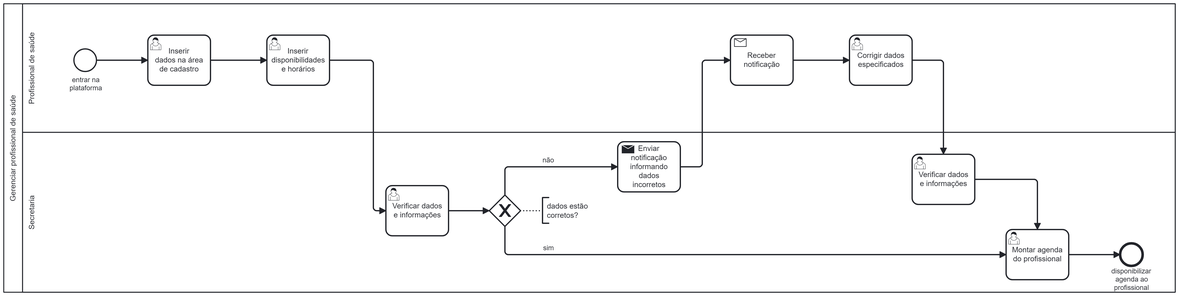
Earlier version of the BPMN export docs/images/processo_1_gerenciar_medico.png (bragap/healthassist-faculdade-2p). Its source is kept beside it as assets/processes/processo_1_gerenciar_medico.bpmn. Ids are renumbered.
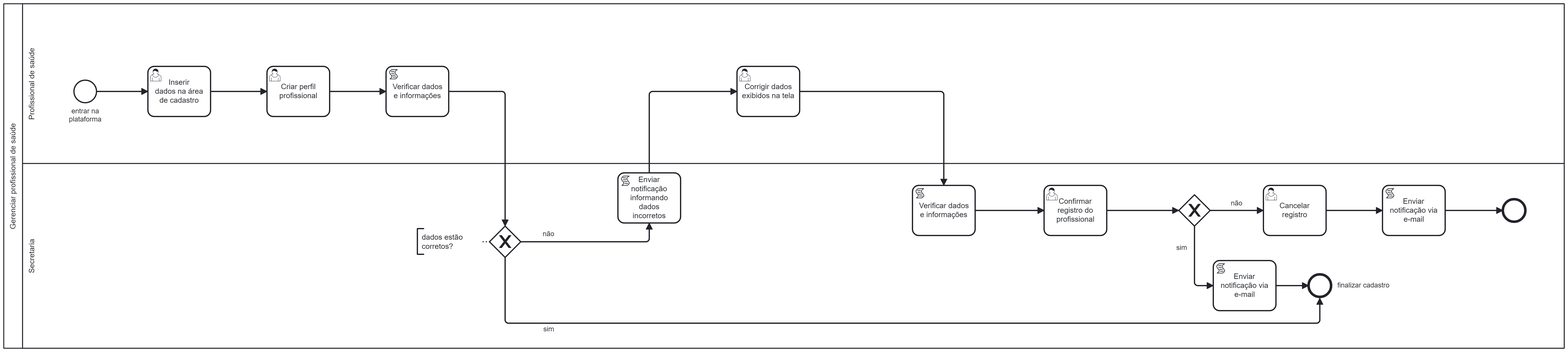
The same diagram one commit later.

Commit message:
docs: atualizando processo de gerenciar medico pós correções #37

Diff of the diagram source:
```diff
@@ -1,23 +1,27 @@
-<bpmn:definitions xmlns:bpmn="http://www.omg.org/spec/BPMN/20100524/MODEL" xmlns:bpmndi="http://www.omg.org/spec/BPMN/20100524/DI" xmlns:dc="http://www.omg.org/spec/DD/20100524/DC" xmlns:xsi="http://www.w3.org/2001/XMLSchema-instance" xmlns:di="http://www.omg.org/spec/DD/20100524/DI" xmlns:modeler="http://camunda.org/schema/modeler/1.0" xmlns:zeebe="http://camunda.org/schema/zeebe/1.0" xmlns:camunda="http://camunda.org/schema/1.0/bpmn" id="Definitions_1" targetNamespace="http://bpmn.io/schema/bpmn" exporter="Camunda Web Modeler" exporterVersion="ff4ec9c" modeler:executionPlatform="Camunda Cloud" modeler:executionPlatformVersion="8.2.0" camunda:diagramRelationId="334336dd-f888-48b8-91fb-1b072efce91e">
+<bpmn:definitions xmlns:bpmn="http://www.omg.org/spec/BPMN/20100524/MODEL" xmlns:bpmndi="http://www.omg.org/spec/BPMN/20100524/DI" xmlns:dc="http://www.omg.org/spec/DD/20100524/DC" xmlns:xsi="http://www.w3.org/2001/XMLSchema-instance" xmlns:di="http://www.omg.org/spec/DD/20100524/DI" xmlns:modeler="http://camunda.org/schema/modeler/1.0" xmlns:zeebe="http://camunda.org/schema/zeebe/1.0" xmlns:camunda="http://camunda.org/schema/1.0/bpmn" id="Definitions_1" targetNamespace="http://bpmn.io/schema/bpmn" exporter="Camunda Web Modeler" exporterVersion="5806939" modeler:executionPlatform="Camunda Cloud" modeler:executionPlatformVersion="8.2.0" camunda:diagramRelationId="334336dd-f888-48b8-91fb-1b072efce91e">
   <bpmn:collaboration id="Collaboration_n1">
     <bpmn:participant id="Participant_n2" name="Gerenciar profissional de saúde" processRef="Process_n3" />
   </bpmn:collaboration>
   <bpmn:process id="Process_n3" isExecutable="true">
     <bpmn:laneSet id="LaneSet_n4">
       <bpmn:lane id="Lane_n5" name="Profissional de saúde">
+        <bpmn:flowNodeRef>StartEvent_1</bpmn:flowNodeRef>
         <bpmn:flowNodeRef>Activity_n6</bpmn:flowNodeRef>
         <bpmn:flowNodeRef>Activity_n7</bpmn:flowNodeRef>
+        <bpmn:flowNodeRef>Activity_n14</bpmn:flowNodeRef>
         <bpmn:flowNodeRef>Activity_n8</bpmn:flowNodeRef>
-        <bpmn:flowNodeRef>Activity_n9</bpmn:flowNodeRef>
-        <bpmn:flowNodeRef>StartEvent_1</bpmn:flowNodeRef>
       </bpmn:lane>
       <bpmn:lane id="Lane_n10" name="Secretaria">
+        <bpmn:flowNodeRef>Gateway_n15</bpmn:flowNodeRef>
+        <bpmn:flowNodeRef>Activity_n13</bpmn:flowNodeRef>
         <bpmn:flowNodeRef>Activity_n11</bpmn:flowNodeRef>
-        <bpmn:flowNodeRef>Activity_n12</bpmn:flowNodeRef>
-        <bpmn:flowNodeRef>Activity_n13</bpmn:flowNodeRef>
-        <bpmn:flowNodeRef>Activity_n14</bpmn:flowNodeRef>
-        <bpmn:flowNodeRef>Gateway_n15</bpmn:flowNodeRef>
+        <bpmn:flowNodeRef>Activity_n32</bpmn:flowNodeRef>
         <bpmn:flowNodeRef>Event_n16</bpmn:flowNodeRef>
+        <bpmn:flowNodeRef>Gateway_n33</bpmn:flowNodeRef>
+        <bpmn:flowNodeRef>Activity_n34</bpmn:flowNodeRef>
+        <bpmn:flowNodeRef>Activity_n35</bpmn:flowNodeRef>
+        <bpmn:flowNodeRef>Event_n36</bpmn:flowNodeRef>
+        <bpmn:flowNodeRef>Activity_n37</bpmn:flowNodeRef>
       </bpmn:lane>
     </bpmn:laneSet>
     <bpmn:sequenceFlow id="Flow_n17" sourceRef="StartEvent_1" targetRef="Activity_n6" />
@@ -31,58 +35,94 @@
       <bpmn:incoming>Flow_n17</bpmn:incoming>
       <bpmn:outgoing>Flow_n18</bpmn:outgoing>
     </bpmn:userTask>
-    <bpmn:userTask id="Activity_n7" name="Inserir disponibilidades e horários">
+    <bpmn:userTask id="Activity_n7" name="Criar perfil profissional">
       <bpmn:incoming>Flow_n18</bpmn:incoming>
       <bpmn:outgoing>Flow_n19</bpmn:outgoing>
     </bpmn:userTask>
-    <bpmn:sequenceFlow id="Flow_n21" sourceRef="Activity_n12" targetRef="Event_n16" />
-    <bpmn:sequenceFlow id="Flow_n22" name="sim" sourceRef="Gateway_n15" targetRef="Activity_n12">
-      <bpmn:conditionExpression xsi:type="bpmn:tFormalExpression">=sim
-</bpmn:conditionExpression>
-    </bpmn:sequenceFlow>
     <bpmn:sequenceFlow id="Flow_n23" name="não" sourceRef="Gateway_n15" targetRef="Activity_n11">
       <bpmn:conditionExpression xsi:type="bpmn:tFormalExpression">=não</bpmn:conditionExpression>
     </bpmn:sequenceFlow>
-    <bpmn:sequenceFlow id="Flow_n24" sourceRef="Activity_n11" targetRef="Activity_n9" />
+    <bpmn:sequenceFlow id="Flow_n24" sourceRef="Activity_n11" targetRef="Activity_n8" />
     <bpmn:sequenceFlow id="Flow_n25" sourceRef="Activity_n8" targetRef="Activity_n13" />
-    <bpmn:sequenceFlow id="Flow_n26" sourceRef="Activity_n13" targetRef="Activity_n12" />
-    <bpmn:sendTask id="Activity_n11" name="Enviar notificação informando dados incorretos">
+    <bpmn:exclusiveGateway id="Gateway_n15" name="sim">
+      <bpmn:incoming>Flow_n20</bpmn:incoming>
+      <bpmn:outgoing>Flow_n23</bpmn:outgoing>
+      <bpmn:outgoing>Flow_n38</bpmn:outgoing>
+    </bpmn:exclusiveGateway>
+    <bpmn:scriptTask id="Activity_n14" name="Verificar dados e informações">
+      <bpmn:extensionElements>
+        <zeebe:script expression="=false" resultVariable="true" />
+      </bpmn:extensionElements>
+      <bpmn:incoming>Flow_n19</bpmn:incoming>
+      <bpmn:outgoing>Flow_n20</bpmn:outgoing>
+    </bpmn:scriptTask>
+    <bpmn:scriptTask id="Activity_n13" name="Verificar dados e informações">
+      <bpmn:extensionElements>
+        <zeebe:taskDefinition type="true" />
+      </bpmn:extensionElements>
+      <bpmn:incoming>Flow_n25</bpmn:incoming>
+      <bpmn:outgoing>Flow_n39</bpmn:outgoing>
+    </bpmn:scriptTask>
+    <bpmn:sequenceFlow id="Flow_n39" sourceRef="Activity_n13" targetRef="Activity_n32" />
+    <bpmn:sequenceFlow id="Flow_n38" sourceRef="Gateway_n15" targetRef="Event_n16">
+      <bpmn:conditionExpression xsi:type="bpmn:tFormalExpression">=true
+</bpmn:conditionExpression>
+    </bpmn:sequenceFlow>
+    <bpmn:scriptTask id="Activity_n11" name="Enviar notificação informando dados incorretos">
       <bpmn:extensionElements>
         <zeebe:taskDefinition type="notificacao" />
       </bpmn:extensionElements>
       <bpmn:incoming>Flow_n23</bpmn:incoming>
       <bpmn:outgoing>Flow_n24</bpmn:outgoing>
-    </bpmn:sendTask>
-    <bpmn:userTask id="Activity_n12" name="Montar agenda do profissional">
-      <bpmn:incoming>Flow_n22</bpmn:incoming>
-      <bpmn:incoming>Flow_n26</bpmn:incoming>
-      <bpmn:outgoing>Flow_n21</bpmn:outgoing>
-    </bpmn:userTask>
-    <bpmn:userTask id="Activity_n13" name="Verificar dados e informações">
-      <bpmn:incoming>Flow_n25</bpmn:incoming>
-      <bpmn:outgoing>Flow_n26</bpmn:outgoing>
-    </bpmn:userTask>
-    <bpmn:userTask id="Activity_n8" name="Corrigir dados especificados">
-      <bpmn:incoming>Flow_n27</bpmn:incoming>
+    </bpmn:scriptTask>
+    <bpmn:userTask id="Activity_n8" name="Corrigir dados exibidos na tela">
+      <bpmn:incoming>Flow_n24</bpmn:incoming>
       <bpmn:outgoing>Flow_n25</bpmn:outgoing>
     </bpmn:userTask>
-    <bpmn:sequenceFlow id="Flow_n27" sourceRef="Activity_n9" targetRef="Activity_n8" />
-    <bpmn:receiveTask id="Activity_n9" name="Receber notificação" messageRef="Message_n28">
-      <bpmn:incoming>Flow_n24</bpmn:incoming>
-      <bpmn:outgoing>Flow_n27</bpmn:outgoing>
-    </bpmn:receiveTask>
-    <bpmn:userTask id="Activity_n14" name="Verificar dados e informações">
-      <bpmn:incoming>Flow_n19</bpmn:incoming>
-      <bpmn:outgoing>Flow_n20</bpmn:outgoing>
+    <bpmn:userTask id="Activity_n32" name="Confirmar registro do profissional">
+      <bpmn:incoming>Flow_n39</bpmn:incoming>
+      <bpmn:outgoing>Flow_n40</bpmn:outgoing>
     </bpmn:userTask>
-    <bpmn:exclusiveGateway id="Gateway_n15">
-      <bpmn:incoming>Flow_n20</bpmn:incoming>
-      <bpmn:outgoing>Flow_n22</bpmn:outgoing>
-      <bpmn:outgoing>Flow_n23</bpmn:outgoing>
+    <bpmn:endEvent id="Event_n16" name="finalizar cadastro">
+      <bpmn:incoming>Flow_n38</bpmn:incoming>
+      <bpmn:incoming>Flow_n41</bpmn:incoming>
+    </bpmn:endEvent>
+    <bpmn:exclusiveGateway id="Gateway_n33">
+      <bpmn:incoming>Flow_n40</bpmn:incoming>
+      <bpmn:outgoing>Flow_n42</bpmn:outgoing>
+      <bpmn:outgoing>Flow_n43</bpmn:outgoing>
     </bpmn:exclusiveGateway>
-    <bpmn:endEvent id="Event_n16" name="disponibilizar agenda ao profissional">
-      <bpmn:incoming>Flow_n21</bpmn:incoming>
+    <bpmn:sequenceFlow id="Flow_n40" sourceRef="Activity_n32" targetRef="Gateway_n33" />
+    <bpmn:sequenceFlow id="Flow_n42" name="sim" sourceRef="Gateway_n33" targetRef="Activity_n37">
+      <bpmn:conditionExpression xsi:type="bpmn:tFormalExpression">=true</bpmn:conditionExpression>
+    </bpmn:sequenceFlow>
+    <bpmn:sequenceFlow id="Flow_n43" name="não" sourceRef="Gateway_n33" targetRef="Activity_n34">
+      <bpmn:conditionExpression xsi:type="bpmn:tFormalExpression">=true</bpmn:conditionExpression>
+    </bpmn:sequenceFlow>
+    <bpmn:userTask id="Activity_n34" name="Cancelar registro">
+      <bpmn:incoming>Flow_n43</bpmn:incoming>
+      <bpmn:outgoing>Flow_n44</bpmn:outgoing>
+    </bpmn:userTask>
+    <bpmn:scriptTask id="Activity_n35" name="Enviar notificação via e-mail">
+      <bpmn:extensionElements>
+        <zeebe:taskDefinition type="true" />
+      </bpmn:extensionElements>
+      <bpmn:incoming>Flow_n44</bpmn:incoming>
+      <bpmn:outgoing>Flow_n45</bpmn:outgoing>
+    </bpmn:scriptTask>
+    <bpmn:sequenceFlow id="Flow_n44" sourceRef="Activity_n34" targetRef="Activity_n35" />
+    <bpmn:endEvent id="Event_n36">
+      <bpmn:incoming>Flow_n45</bpmn:incoming>
     </bpmn:endEvent>
+    <bpmn:sequenceFlow id="Flow_n45" sourceRef="Activity_n35" targetRef="Event_n36" />
+    <bpmn:scriptTask id="Activity_n37" name="Enviar notificação via e-mail">
+      <bpmn:extensionElements>
+        <zeebe:taskDefinition type="true" />
+      </bpmn:extensionElements>
+      <bpmn:incoming>Flow_n42</bpmn:incoming>
+      <bpmn:outgoing>Flow_n41</bpmn:outgoing>
+    </bpmn:scriptTask>
+    <bpmn:sequenceFlow id="Flow_n41" sourceRef="Activity_n37" targetRef="Event_n16" />
     <bpmn:textAnnotation id="TextAnnotation_n29">
       <bpmn:text>dados estão corretos?</bpmn:text>
     </bpmn:textAnnotation>
@@ -96,15 +136,15 @@
   <bpmndi:BPMNDiagram id="BPMNDiagram_1">
     <bpmndi:BPMNPlane id="BPMNPlane_1" bpmnElement="Collaboration_n1">
       <bpmndi:BPMNShape id="Participant_n2_di" bpmnElement="Participant_n2" isHorizontal="true">
-        <dc:Bounds x="160" y="120" width="1870" height="460" />
+        <dc:Bounds x="160" y="70" width="2490" height="550" />
         <bpmndi:BPMNLabel />
       </bpmndi:BPMNShape>
       <bpmndi:BPMNShape id="Lane_n10_di" bpmnElement="Lane_n10" isHorizontal="true">
-        <dc:Bounds x="190" y="325" width="1840" height="255" />
+        <dc:Bounds x="190" y="325" width="2460" height="295" />
         <bpmndi:BPMNLabel />
       </bpmndi:BPMNShape>
       <bpmndi:BPMNShape id="Lane_n5_di" bpmnElement="Lane_n5" isHorizontal="true">
-        <dc:Bounds x="190" y="120" width="1840" height="205" />
+        <dc:Bounds x="190" y="70" width="2460" height="255" />
         <bpmndi:BPMNLabel />
       </bpmndi:BPMNShape>
       <bpmndi:BPMNShape id="_BPMNShape_StartEvent_2" bpmnElement="StartEvent_1">
@@ -121,42 +161,51 @@
         <dc:Bounds x="580" y="170" width="100" height="80" />
         <bpmndi:BPMNLabel />
       </bpmndi:BPMNShape>
-      <bpmndi:BPMNShape id="Activity_0ynzvuh_di" bpmnElement="Activity_n11">
-        <dc:Bounds x="1140" y="340" width="100" height="80" />
-      </bpmndi:BPMNShape>
-      <bpmndi:BPMNShape id="BPMNShape_n31" bpmnElement="Activity_n12">
-        <dc:Bounds x="1760" y="480" width="100" height="80" />
-        <bpmndi:BPMNLabel />
-      </bpmndi:BPMNShape>
-      <bpmndi:BPMNShape id="Activity_14auqza_di" bpmnElement="Activity_n13">
-        <dc:Bounds x="1610" y="360" width="100" height="80" />
-        <bpmndi:BPMNLabel />
-      </bpmndi:BPMNShape>
-      <bpmndi:BPMNShape id="Activity_0bcppm6_di" bpmnElement="Activity_n8">
-        <dc:Bounds x="1510" y="170" width="100" height="80" />
-        <bpmndi:BPMNLabel />
-      </bpmndi:BPMNShape>
-      <bpmndi:BPMNShape id="Activity_1rgceoy_di" bpmnElement="Activity_n9">
-        <dc:Bounds x="1320" y="170" width="100" height="80" />
-      </bpmndi:BPMNShape>
-      <bpmndi:BPMNShape id="Activity_1abc8of_di" bpmnElement="Activity_n14">
-        <dc:Bounds x="770" y="410" width="100" height="80" />
-        <bpmndi:BPMNLabel />
-      </bpmndi:BPMNShape>
       <bpmndi:BPMNShape id="Gateway_n15_di" bpmnElement="Gateway_n15" isMarkerVisible="true">
         <dc:Bounds x="935" y="425" width="50" height="50" />
         <bpmndi:BPMNLabel>
-          <dc:Bounds x="1009" y="406" width="61" height="27" />
+          <dc:Bounds x="1021" y="583" width="18" height="14" />
         </bpmndi:BPMNLabel>
       </bpmndi:BPMNShape>
+      <bpmndi:BPMNShape id="Activity_0t493nw_di" bpmnElement="Activity_n14">
+        <dc:Bounds x="770" y="170" width="100" height="80" />
+      </bpmndi:BPMNShape>
+      <bpmndi:BPMNShape id="Activity_01siszq_di" bpmnElement="Activity_n13">
+        <dc:Bounds x="1610" y="360" width="100" height="80" />
+      </bpmndi:BPMNShape>
+      <bpmndi:BPMNShape id="Activity_12xqzmd_di" bpmnElement="Activity_n11">
+        <dc:Bounds x="1140" y="340" width="100" height="80" />
+      </bpmndi:BPMNShape>
+      <bpmndi:BPMNShape id="Activity_0bcppm6_di" bpmnElement="Activity_n8">
+        <dc:Bounds x="1330" y="170" width="100" height="80" />
+        <bpmndi:BPMNLabel />
+      </bpmndi:BPMNShape>
+      <bpmndi:BPMNShape id="Activity_1mi1xid_di" bpmnElement="Activity_n32">
+        <dc:Bounds x="1820" y="360" width="100" height="80" />
+      </bpmndi:BPMNShape>
       <bpmndi:BPMNShape id="Event_n16_di" bpmnElement="Event_n16">
-        <dc:Bounds x="1942" y="502" width="36" height="36" />
+        <dc:Bounds x="2242" y="502" width="36" height="36" />
         <bpmndi:BPMNLabel>
-          <dc:Bounds x="1928" y="540" width="65" height="40" />
+          <dc:Bounds x="2288" y="513" width="83" height="14" />
         </bpmndi:BPMNLabel>
       </bpmndi:BPMNShape>
+      <bpmndi:BPMNShape id="Gateway_n33_di" bpmnElement="Gateway_n33" isMarkerVisible="true">
+        <dc:Bounds x="2035" y="375" width="50" height="50" />
+      </bpmndi:BPMNShape>
+      <bpmndi:BPMNShape id="Activity_00auzj9_di" bpmnElement="Activity_n34">
+        <dc:Bounds x="2170" y="360" width="100" height="80" />
+      </bpmndi:BPMNShape>
+      <bpmndi:BPMNShape id="Activity_1jddcjs_di" bpmnElement="Activity_n35">
+        <dc:Bounds x="2360" y="360" width="100" height="80" />
+      </bpmndi:BPMNShape>
+      <bpmndi:BPMNShape id="Event_n36_di" bpmnElement="Event_n36">
+        <dc:Bounds x="2552" y="382" width="36" height="36" />
+      </bpmndi:BPMNShape>
+      <bpmndi:BPMNShape id="BPMNShape_n46" bpmnElement="Activity_n37">
+        <dc:Bounds x="2090" y="480" width="100" height="80" />
+      </bpmndi:BPMNShape>
       <bpmndi:BPMNShape id="TextAnnotation_n29_di" bpmnElement="TextAnnotation_n29">
-        <dc:Bounds x="1020" y="429" width="100" height="41" />
+        <dc:Bounds x="820" y="429" width="100" height="41" />
         <bpmndi:BPMNLabel />
       </bpmndi:BPMNShape>
       <bpmndi:BPMNEdge id="Flow_n17_di" bpmnElement="Flow_n17">
@@ -169,57 +218,75 @@
       </bpmndi:BPMNEdge>
       <bpmndi:BPMNEdge id="Flow_n19_di" bpmnElement="Flow_n19">
         <di:waypoint x="680" y="210" />
-        <di:waypoint x="750" y="210" />
-        <di:waypoint x="750" y="450" />
-        <di:waypoint x="770" y="450" />
+        <di:waypoint x="770" y="210" />
       </bpmndi:BPMNEdge>
       <bpmndi:BPMNEdge id="Flow_n20_di" bpmnElement="Flow_n20">
-        <di:waypoint x="870" y="450" />
-        <di:waypoint x="935" y="450" />
-      </bpmndi:BPMNEdge>
-      <bpmndi:BPMNEdge id="Flow_n21_di" bpmnElement="Flow_n21">
-        <di:waypoint x="1860" y="520" />
-        <di:waypoint x="1942" y="520" />
-      </bpmndi:BPMNEdge>
-      <bpmndi:BPMNEdge id="Flow_n22_di" bpmnElement="Flow_n22">
-        <di:waypoint x="960" y="475" />
-        <di:waypoint x="960" y="520" />
-        <di:waypoint x="1760" y="520" />
-        <bpmndi:BPMNLabel>
-          <dc:Bounds x="1021" y="503" width="18" height="14" />
-        </bpmndi:BPMNLabel>
+        <di:waypoint x="870" y="210" />
+        <di:waypoint x="960" y="210" />
+        <di:waypoint x="960" y="425" />
       </bpmndi:BPMNEdge>
       <bpmndi:BPMNEdge id="Flow_n23_di" bpmnElement="Flow_n23">
-        <di:waypoint x="960" y="425" />
-        <di:waypoint x="960" y="380" />
-        <di:waypoint x="1140" y="380" />
+        <di:waypoint x="985" y="450" />
+        <di:waypoint x="1190" y="450" />
+        <di:waypoint x="1190" y="420" />
         <bpmndi:BPMNLabel>
-          <dc:Bounds x="1020" y="363" width="19" height="14" />
+          <dc:Bounds x="1020" y="431" width="19" height="14" />
         </bpmndi:BPMNLabel>
       </bpmndi:BPMNEdge>
       <bpmndi:BPMNEdge id="Flow_n24_di" bpmnElement="Flow_n24">
-        <di:waypoint x="1240" y="380" />
-        <di:waypoint x="1275" y="380" />
-        <di:waypoint x="1275" y="210" />
-        <di:waypoint x="1320" y="210" />
+        <di:waypoint x="1190" y="340" />
+        <di:waypoint x="1190" y="210" />
+        <di:waypoint x="1330" y="210" />
       </bpmndi:BPMNEdge>
       <bpmndi:BPMNEdge id="Flow_n25_di" bpmnElement="Flow_n25">
-        <di:waypoint x="1610" y="210" />
+        <di:waypoint x="1430" y="210" />
         <di:waypoint x="1660" y="210" />
         <di:waypoint x="1660" y="360" />
       </bpmndi:BPMNEdge>
-      <bpmndi:BPMNEdge id="Flow_n26_di" bpmnElement="Flow_n26">
+      <bpmndi:BPMNEdge id="Flow_n39_di" bpmnElement="Flow_n39">
         <di:waypoint x="1710" y="400" />
-        <di:waypoint x="1810" y="400" />
-        <di:waypoint x="1810" y="480" />
+        <di:waypoint x="1820" y="400" />
       </bpmndi:BPMNEdge>
-      <bpmndi:BPMNEdge id="Flow_n27_di" bpmnElement="Flow_n27">
-        <di:waypoint x="1420" y="210" />
-        <di:waypoint x="1510" y="210" />
+      <bpmndi:BPMNEdge id="Flow_n38_di" bpmnElement="Flow_n38">
+        <di:waypoint x="960" y="475" />
+        <di:waypoint x="960" y="580" />
+        <di:waypoint x="2260" y="580" />
+        <di:waypoint x="2260" y="540" />
+      </bpmndi:BPMNEdge>
+      <bpmndi:BPMNEdge id="Flow_n40_di" bpmnElement="Flow_n40">
+        <di:waypoint x="1920" y="400" />
+        <di:waypoint x="2035" y="400" />
+      </bpmndi:BPMNEdge>
+      <bpmndi:BPMNEdge id="Flow_n42_di" bpmnElement="Flow_n42">
+        <di:waypoint x="2060" y="425" />
+        <di:waypoint x="2060" y="520" />
+        <di:waypoint x="2090" y="520" />
+        <bpmndi:BPMNLabel>
+          <dc:Bounds x="2031" y="453" width="18" height="14" />
+        </bpmndi:BPMNLabel>
+      </bpmndi:BPMNEdge>
+      <bpmndi:BPMNEdge id="Flow_n43_di" bpmnElement="Flow_n43">
+        <di:waypoint x="2085" y="400" />
+        <di:waypoint x="2170" y="400" />
+        <bpmndi:BPMNLabel>
+          <dc:Bounds x="2118" y="382" width="19" height="14" />
+        </bpmndi:BPMNLabel>
+      </bpmndi:BPMNEdge>
+      <bpmndi:BPMNEdge id="Flow_n44_di" bpmnElement="Flow_n44">
+        <di:waypoint x="2270" y="400" />
+        <di:waypoint x="2360" y="400" />
+      </bpmndi:BPMNEdge>
+      <bpmndi:BPMNEdge id="Flow_n45_di" bpmnElement="Flow_n45">
+        <di:waypoint x="2460" y="400" />
+        <di:waypoint x="2552" y="400" />
+      </bpmndi:BPMNEdge>
+      <bpmndi:BPMNEdge id="Flow_n41_di" bpmnElement="Flow_n41">
+        <di:waypoint x="2190" y="520" />
+        <di:waypoint x="2242" y="520" />
       </bpmndi:BPMNEdge>
       <bpmndi:BPMNEdge id="Association_n30_di" bpmnElement="Association_n30">
-        <di:waypoint x="985" y="450" />
-        <di:waypoint x="1020" y="450" />
+        <di:waypoint x="935" y="450" />
+        <di:waypoint x="920" y="450" />
       </bpmndi:BPMNEdge>
     </bpmndi:BPMNPlane>
   </bpmndi:BPMNDiagram>
```
